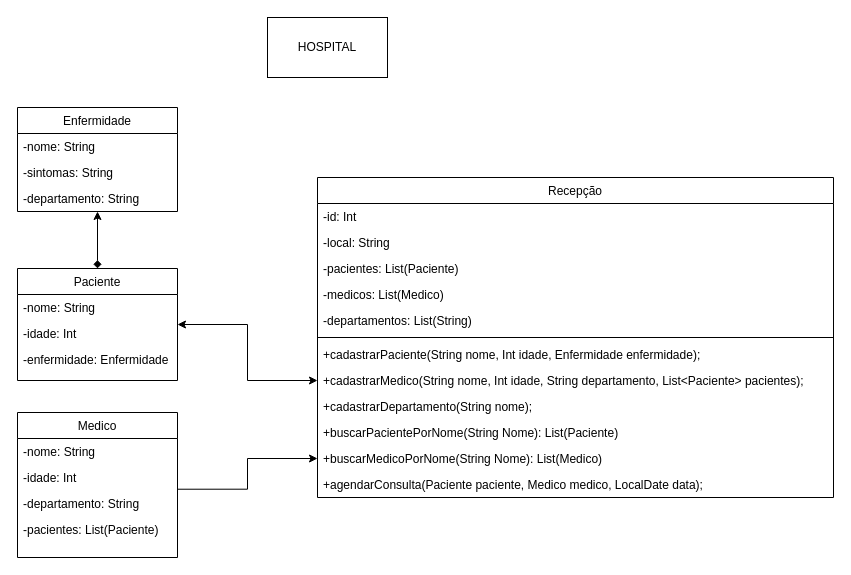
Earlier version of the draw.io diagram Engenharia de Software/sistema_uml.drawio (aleclr/bertoti). Source tidied: cells renumbered, new cells numbered last; positions are measured from the earlier drawing's top-left corner, leaving out a move shared by most shapes. Both pictures are drawn from the tidied source at 100%, with x=0, y=0 at pixel (17, 17).
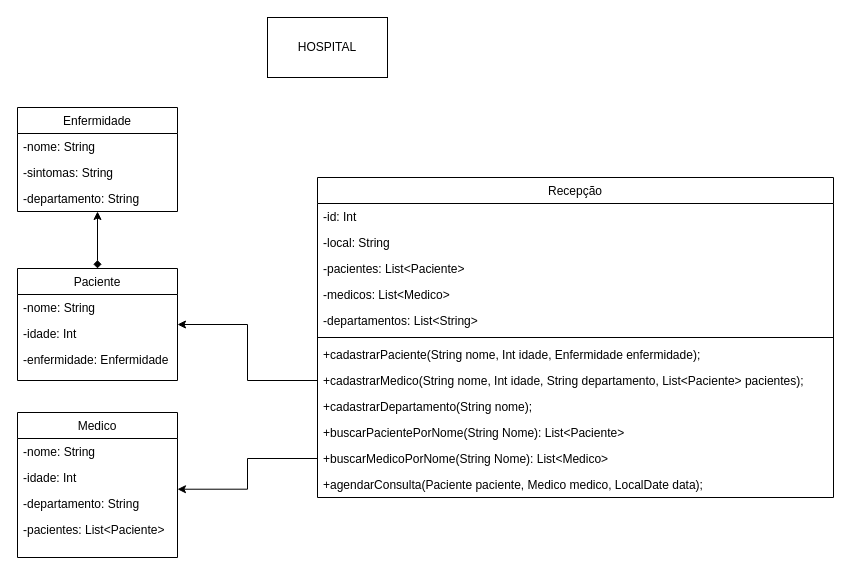
Above is the later version.

Commit message (it also covers changes not shown here):
Correção diagrama de classes e testes JUnit

Unchanged cells that the change refers to:
```xml
<mxCell id="4" value="Paciente" style="swimlane;fontStyle=0;align=center;verticalAlign=top;horizontal=1;startSize=26;rounded=0;shadow=0;strokeWidth=1;" parent="1" vertex="1">
  <mxGeometry y="251" width="160" height="112" as="geometry" />
</mxCell>
<mxCell id="8" value="Recepção" style="swimlane;fontStyle=0;align=center;verticalAlign=top;horizontal=1;startSize=26;rounded=0;shadow=0;strokeWidth=1;" parent="1" vertex="1">
  <mxGeometry x="300" y="160" width="516" height="320" as="geometry" />
</mxCell>
<mxCell id="16" value="+cadastrarMedico(String nome, Int idade, String departamento, List&lt;Paciente&gt; pacientes);" style="text;align=left;verticalAlign=top;spacingLeft=4;spacingRight=4;overflow=hidden;points=[[0,0.5],[1,0.5]];portConstraint=eastwest;" parent="8" vertex="1">
  <mxGeometry y="190" width="516" height="26" as="geometry" />
</mxCell>
<mxCell id="22" value="Medico" style="swimlane;fontStyle=0;align=center;verticalAlign=top;horizontal=1;startSize=26;rounded=0;shadow=0;strokeWidth=1;" parent="1" vertex="1">
  <mxGeometry y="395" width="160" height="145" as="geometry" />
</mxCell>
<mxCell id="25" value="-departamento: String" style="text;align=left;verticalAlign=top;spacingLeft=4;spacingRight=4;overflow=hidden;points=[[0,0.5],[1,0.5]];portConstraint=eastwest;rounded=0;shadow=0;html=0;" parent="22" vertex="1">
  <mxGeometry y="78" width="160" height="26" as="geometry" />
</mxCell>
```

Diff of the diagram source:
```diff
@@
-    <mxCell id="3" style="edgeStyle=orthogonalEdgeStyle;rounded=0;jettySize=auto;html=1;entryX=0;entryY=0.5;entryDx=0;entryDy=0;startArrow=classic;startFill=1;" parent="1" edge="1" source="4" target="16">
+    <mxCell id="3" style="edgeStyle=orthogonalEdgeStyle;rounded=0;jettySize=auto;html=1;entryX=0;entryY=0.5;entryDx=0;entryDy=0;startArrow=classic;startFill=1;endArrow=none;endFill=0;" parent="1" edge="1" source="4" target="16">
       <mxGeometry relative="1" as="geometry" />
     </mxCell>
@@
-    <mxCell id="11" value="-pacientes: List(Paciente)" style="text;align=left;verticalAlign=top;spacingLeft=4;spacingRight=4;overflow=hidden;" parent="8" vertex="1">
+    <mxCell id="11" value="-pacientes: List&lt;Paciente&gt;" style="text;align=left;verticalAlign=top;spacingLeft=4;spacingRight=4;overflow=hidden;" parent="8" vertex="1">
       <mxGeometry y="78" width="516" height="26" as="geometry" />
     </mxCell>
-    <mxCell id="12" value="-medicos: List(Medico)" style="text;align=left;verticalAlign=top;spacingLeft=4;spacingRight=4;overflow=hidden;rounded=0;shadow=0;html=0;" parent="8" vertex="1">
+    <mxCell id="12" value="-medicos: List&lt;Medico&gt;" style="text;align=left;verticalAlign=top;spacingLeft=4;spacingRight=4;overflow=hidden;rounded=0;shadow=0;html=0;" parent="8" vertex="1">
       <mxGeometry y="104" width="516" height="26" as="geometry" />
     </mxCell>
-    <mxCell id="13" value="-departamentos: List(String)" style="text;align=left;verticalAlign=top;spacingLeft=4;spacingRight=4;overflow=hidden;rounded=0;shadow=0;html=0;" parent="8" vertex="1">
+    <mxCell id="13" value="-departamentos: List&lt;String&gt;" style="text;align=left;verticalAlign=top;spacingLeft=4;spacingRight=4;overflow=hidden;rounded=0;shadow=0;html=0;" parent="8" vertex="1">
       <mxGeometry y="130" width="516" height="26" as="geometry" />
     </mxCell>
@@
-    <mxCell id="18" value="+buscarPacientePorNome(String Nome): List(Paciente)" style="text;align=left;verticalAlign=top;spacingLeft=4;spacingRight=4;overflow=hidden;" parent="8" vertex="1">
+    <mxCell id="18" value="+buscarPacientePorNome(String Nome): List&lt;Paciente&gt;" style="text;align=left;verticalAlign=top;spacingLeft=4;spacingRight=4;overflow=hidden;" parent="8" vertex="1">
       <mxGeometry y="242" width="516" height="26" as="geometry" />
     </mxCell>
-    <mxCell id="19" value="+buscarMedicoPorNome(String Nome): List(Medico)" style="text;align=left;verticalAlign=top;spacingLeft=4;spacingRight=4;overflow=hidden;points=[[0,0.5],[1,0.5]];portConstraint=eastwest;" parent="8" vertex="1">
+    <mxCell id="19" value="+buscarMedicoPorNome(String Nome): List&lt;Medico&gt;" style="text;align=left;verticalAlign=top;spacingLeft=4;spacingRight=4;overflow=hidden;points=[[0,0.5],[1,0.5]];portConstraint=eastwest;" parent="8" vertex="1">
       <mxGeometry y="268" width="516" height="26" as="geometry" />
     </mxCell>
@@
-    <mxCell id="21" style="edgeStyle=orthogonalEdgeStyle;rounded=0;jettySize=auto;html=1;entryX=0;entryY=0.5;entryDx=0;entryDy=0;exitX=1;exitY=-0.049;exitDx=0;exitDy=0;exitPerimeter=0;" parent="1" edge="1" source="25" target="19">
+    <mxCell id="21" style="edgeStyle=orthogonalEdgeStyle;rounded=0;jettySize=auto;html=1;entryX=0;entryY=0.5;entryDx=0;entryDy=0;exitX=1;exitY=-0.049;exitDx=0;exitDy=0;exitPerimeter=0;startArrow=classic;startFill=1;endArrow=none;endFill=0;" parent="1" edge="1" source="25" target="19">
       <mxGeometry relative="1" as="geometry" />
     </mxCell>
@@
-    <mxCell id="26" value="-pacientes: List(Paciente)" style="text;align=left;verticalAlign=top;spacingLeft=4;spacingRight=4;overflow=hidden;rounded=0;shadow=0;html=0;" parent="22" vertex="1">
+    <mxCell id="26" value="-pacientes: List&lt;Paciente&gt;" style="text;align=left;verticalAlign=top;spacingLeft=4;spacingRight=4;overflow=hidden;rounded=0;shadow=0;html=0;" parent="22" vertex="1">
       <mxGeometry y="104" width="160" height="26" as="geometry" />
     </mxCell>
```
